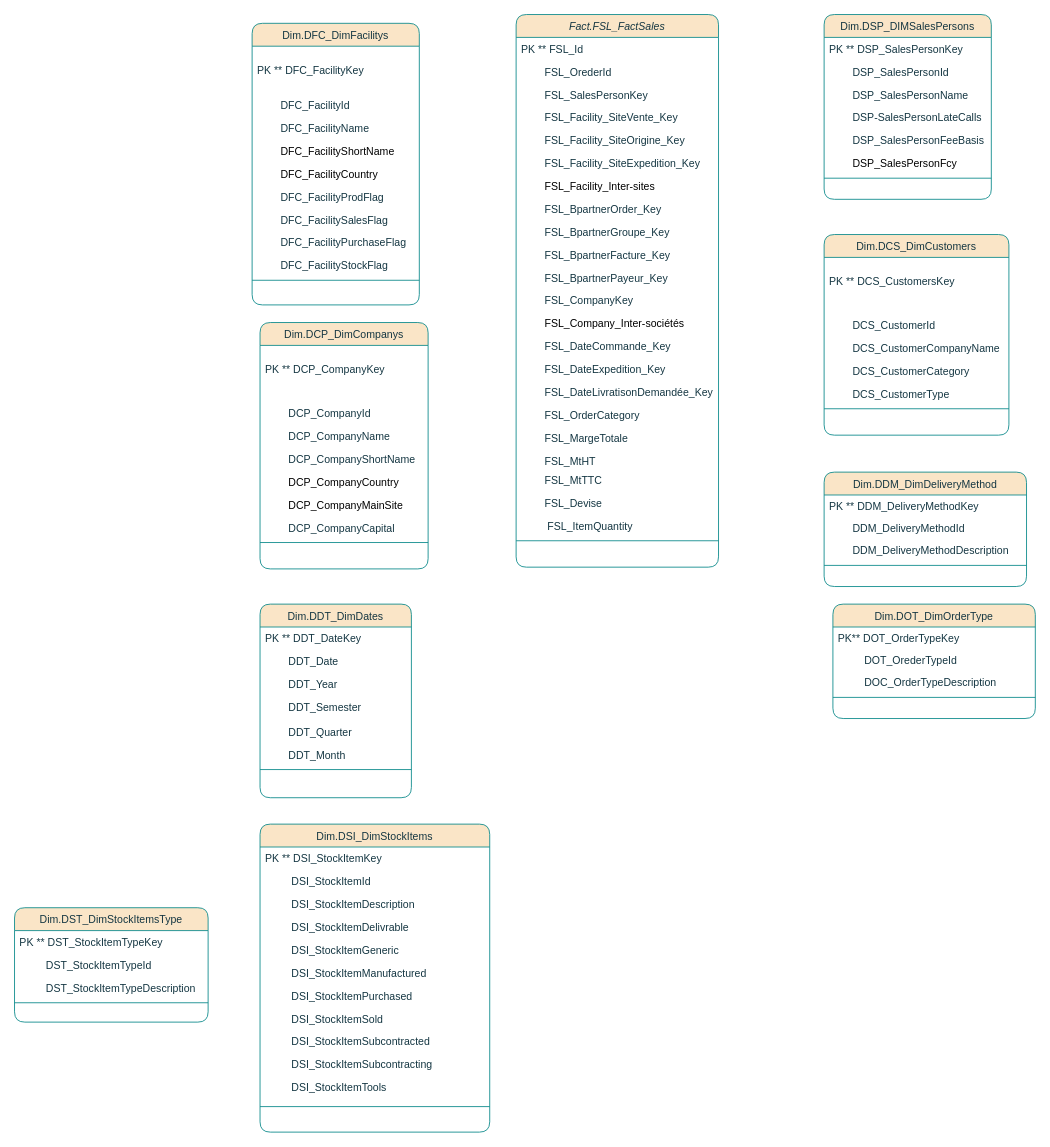
The draw.io diagram Diagramme de classe.drawio in BorchaniMohamed/BI_PROJECT_PFE, before the edit. Source tidied: cells renumbered, new cells numbered last; positions are measured from the earlier drawing's top-left corner, leaving out a move shared by most shapes. Both pictures are drawn from the tidied source at 88%, with x=0, y=0 at pixel (14, 14).
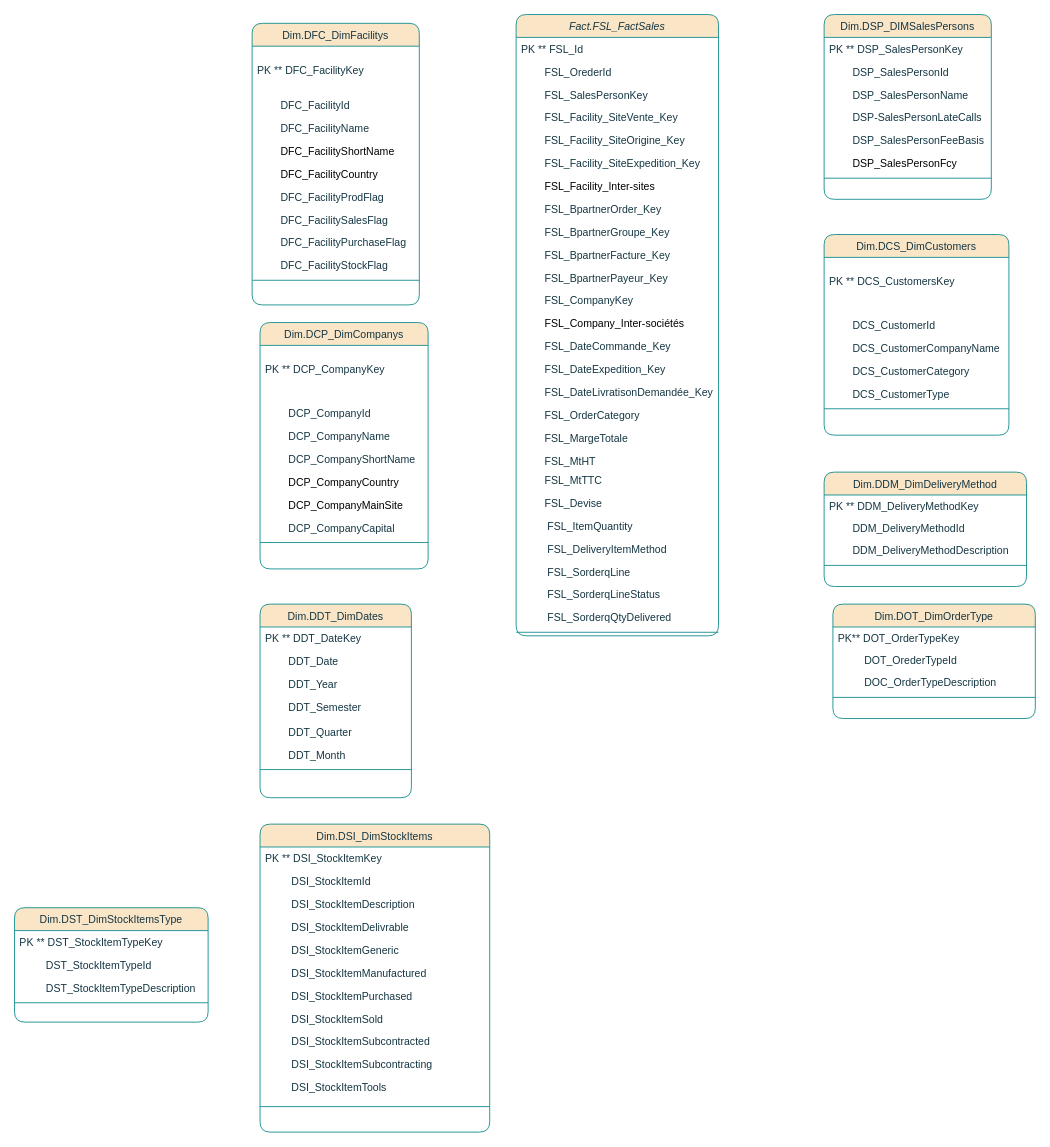
The same diagram, later.

Commit message:
Mettre à jour Diagramme de classe.drawio

The edit, as a diff of the source:
```diff
@@
     <mxCell id="2" value="Fact.FSL_FactSales" style="swimlane;fontStyle=2;align=center;verticalAlign=top;horizontal=1;startSize=26;rounded=1;shadow=0;strokeWidth=1;labelBackgroundColor=none;fillColor=#FAE5C7;strokeColor=#0F8B8D;fontColor=#143642;" parent="1" vertex="1">
-      <mxGeometry x="570" width="230" height="628" as="geometry" />
+      <mxGeometry x="570" width="230" height="706" as="geometry" />
     </mxCell>
@@
+    <mxCell id="97" value="         FSL_DeliveryItemMethod" style="text;align=left;verticalAlign=top;spacingLeft=4;spacingRight=4;overflow=hidden;rounded=1;shadow=0;html=0;labelBackgroundColor=none;fontColor=#143642;" parent="2" vertex="1">
+      <mxGeometry y="594" width="230" height="26" as="geometry" />
+    </mxCell>
+    <mxCell id="98" value="         FSL_SorderqLine" style="text;align=left;verticalAlign=top;spacingLeft=4;spacingRight=4;overflow=hidden;rounded=1;shadow=0;html=0;labelBackgroundColor=none;fontColor=#143642;" parent="2" vertex="1">
+      <mxGeometry y="620" width="230" height="26" as="geometry" />
+    </mxCell>
+    <mxCell id="99" value="         FSL_SorderqLineStatus" style="text;align=left;verticalAlign=top;spacingLeft=4;spacingRight=4;overflow=hidden;rounded=1;shadow=0;html=0;labelBackgroundColor=none;fontColor=#143642;" parent="2" vertex="1">
+      <mxGeometry y="646" width="230" height="26" as="geometry" />
+    </mxCell>
+    <mxCell id="100" value="         FSL_SorderqQtyDelivered" style="text;align=left;verticalAlign=top;spacingLeft=4;spacingRight=4;overflow=hidden;rounded=1;shadow=0;html=0;labelBackgroundColor=none;fontColor=#143642;" parent="2" vertex="1">
+      <mxGeometry y="672" width="230" height="26" as="geometry" />
+    </mxCell>
     <mxCell id="25" style="line;html=1;strokeWidth=1;align=left;verticalAlign=middle;spacingTop=-1;spacingLeft=3;spacingRight=3;labelPosition=right;labelBackgroundColor=none;fillColor=#FAE5C7;strokeColor=#0F8B8D;fontColor=#143642;rounded=1;" parent="2" vertex="1">
-      <mxGeometry y="594" width="230" height="8" as="geometry" />
+      <mxGeometry y="698" width="230" height="8" as="geometry" />
     </mxCell>
```
